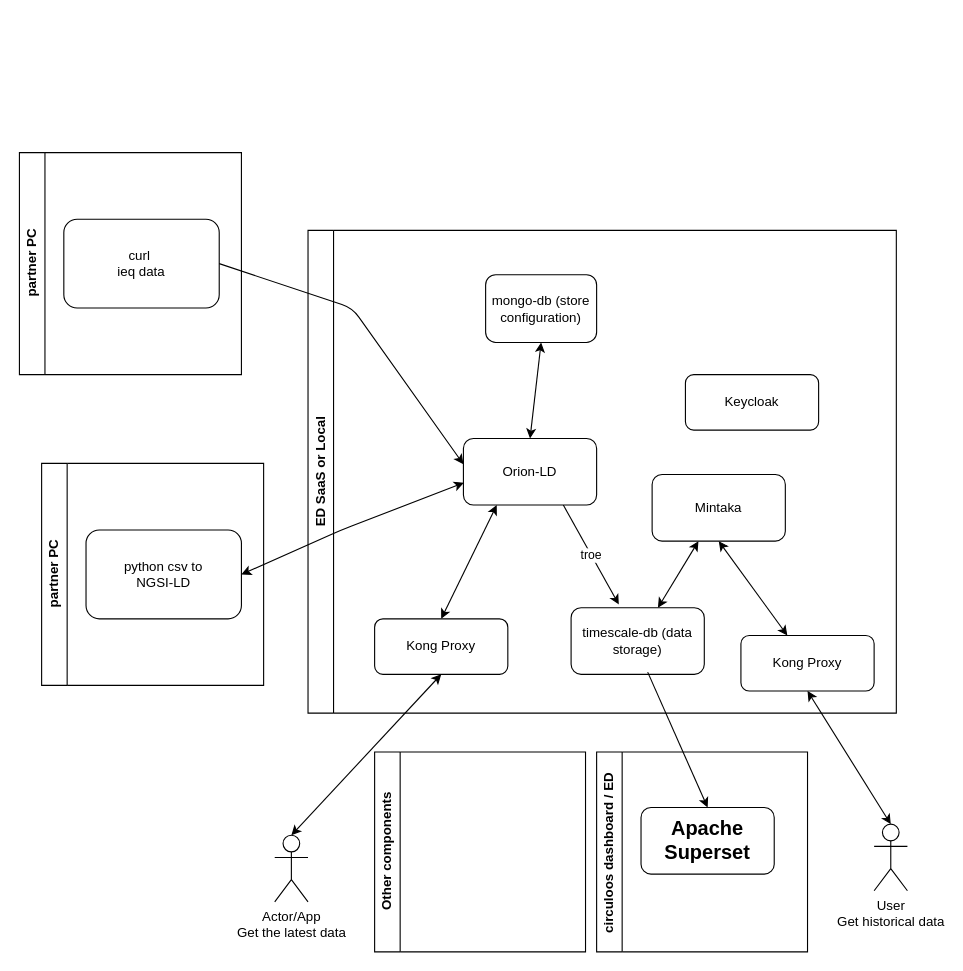
Above: CILCULOOS_demo.drawio in european-dynamics-rnd/circuloos-data-platform (draw.io), before the change. Source tidied: cells renumbered, new cells numbered last; positions are measured from the earlier drawing's top-left corner, leaving out a move shared by most shapes. Both pictures are drawn from the tidied source at 111%, with x=0, y=0 at pixel (19, 152).
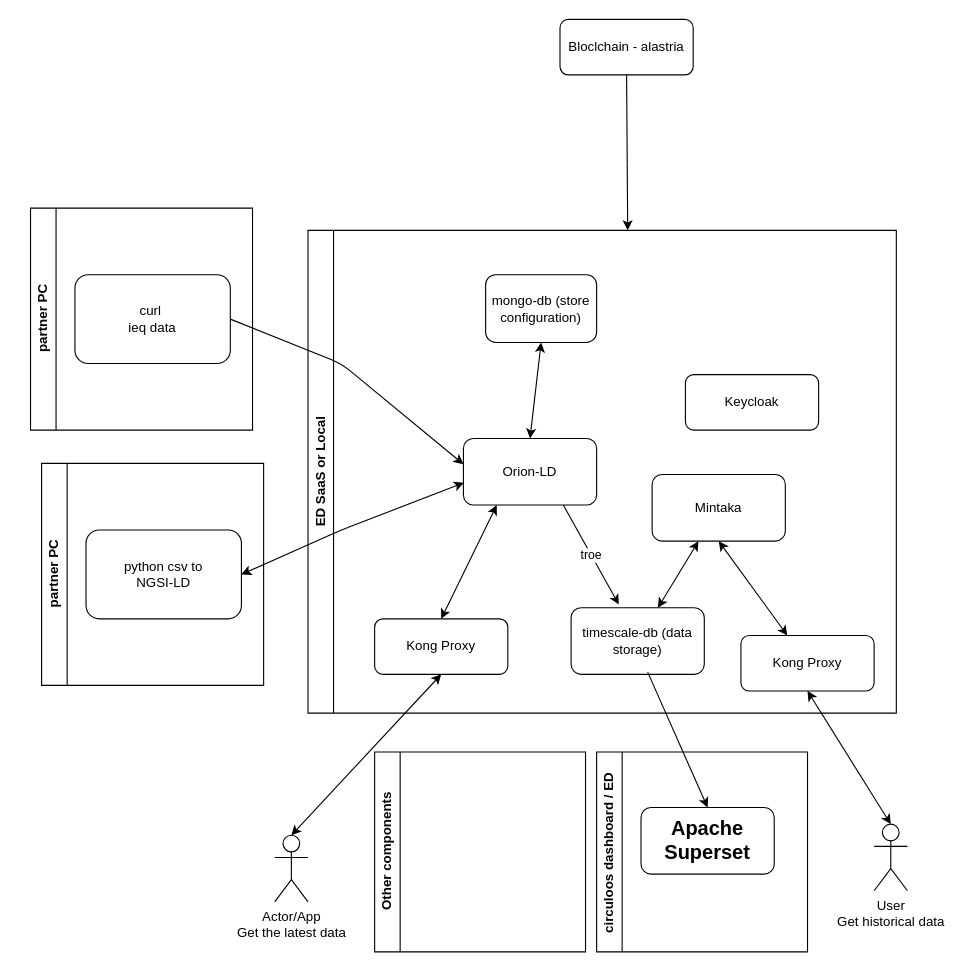
After the change.

The change refers to these unchanged cells:
```xml
<mxCell id="9" value="Orion-LD" style="rounded=1;whiteSpace=wrap;html=1;" parent="2" vertex="1">
  <mxGeometry x="140" y="187.5" width="120" height="60" as="geometry" />
</mxCell>
<mxCell id="27" value="curl&amp;nbsp;&lt;br&gt;ieq data" style="rounded=1;whiteSpace=wrap;html=1;" parent="26" vertex="1">
  <mxGeometry x="40" y="60" width="140" height="80" as="geometry" />
</mxCell>
```

Diff of the diagram source:
```diff
@@
     <mxCell id="26" value="partner PC" style="swimlane;horizontal=0;whiteSpace=wrap;html=1;" parent="1" vertex="1">
-      <mxGeometry width="200" height="200" as="geometry" />
+      <mxGeometry x="10" y="50" width="200" height="200" as="geometry" />
     </mxCell>
@@
     <mxCell id="28" style="edgeStyle=none;html=1;exitX=1;exitY=0.5;exitDx=0;exitDy=0;entryX=0;entryY=0.388;entryDx=0;entryDy=0;entryPerimeter=0;" parent="1" edge="1" source="27" target="9">
       <mxGeometry relative="1" as="geometry">
         <Array as="points">
-          <mxPoint x="300" y="140" />
+          <mxPoint x="290" y="190" />
         </Array>
       </mxGeometry>
     </mxCell>
+    <mxCell id="29" style="edgeStyle=none;html=1;exitX=0.5;exitY=1;exitDx=0;exitDy=0;" parent="1" edge="1" source="30">
+      <mxGeometry relative="1" as="geometry">
+        <mxPoint x="548" y="70" as="targetPoint" />
+      </mxGeometry>
+    </mxCell>
+    <mxCell id="30" value="Bloclchain - alastria" style="rounded=1;whiteSpace=wrap;html=1;" parent="1" vertex="1">
+      <mxGeometry x="487" y="-120" width="120" height="50" as="geometry" />
+    </mxCell>
```
